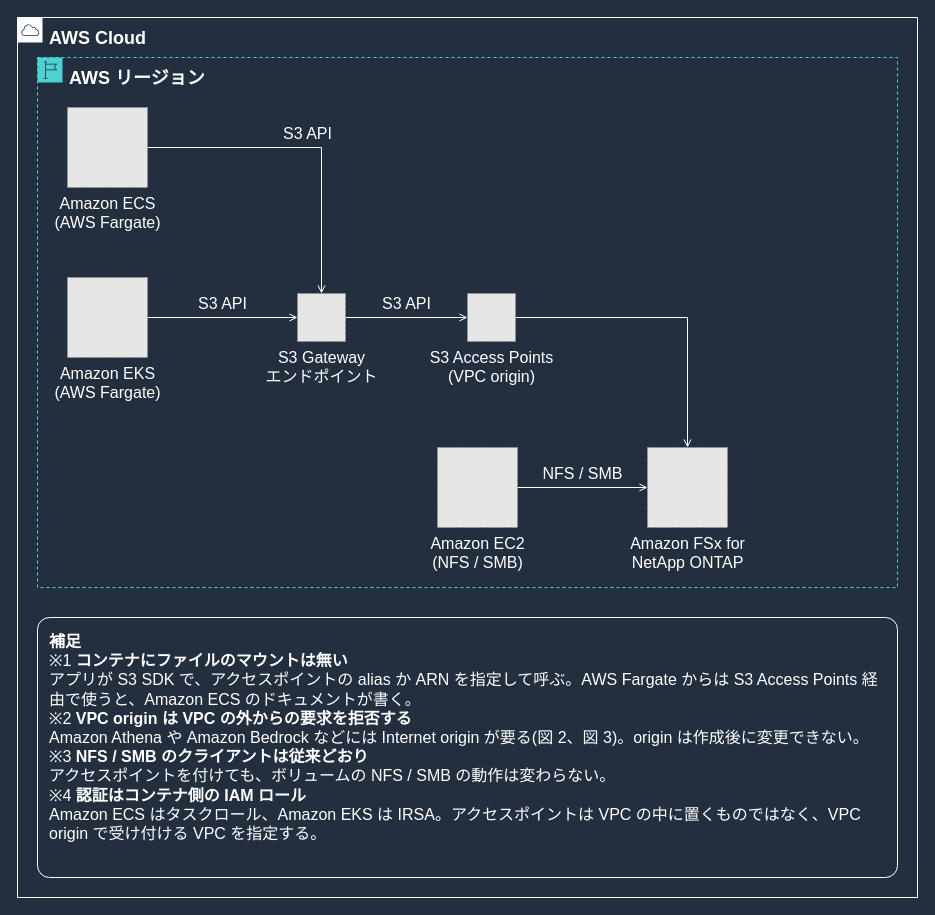
Yoshiki0705/FSx-for-ONTAP-Container-Datastore-Patterns keeps this draw.io diagram as docs/_assets/diagrams/s3ap-container-overview-dark.drawio. Above is the earlier version. Source tidied: cells renumbered, new cells numbered last; positions are measured from the earlier drawing's top-left corner, leaving out a move shared by most shapes. Both pictures are drawn from the tidied source at 100%, with x=0, y=0 at pixel (17, 17). Pictures stored in the file or linked from it are replaced by grey dashed boxes.
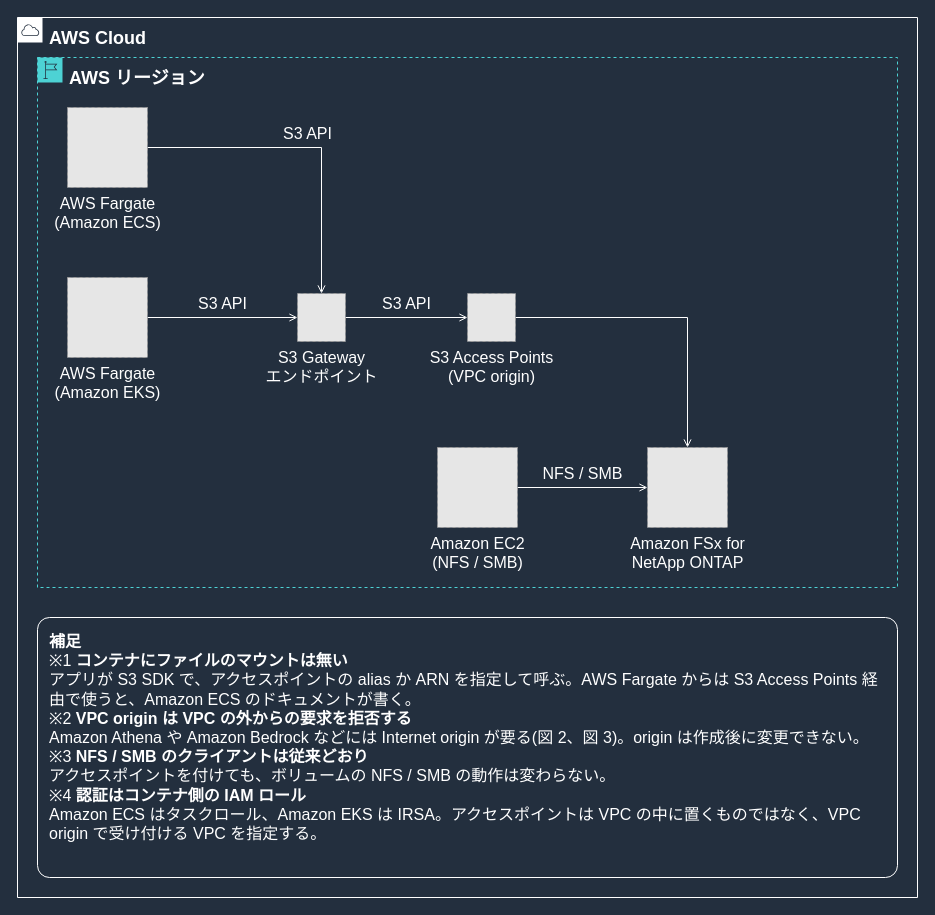
After the change.

Change to the diagram source:
```diff
@@
 <mxGraphModel background="#232F3E">
   <root>
     <mxCell id="0" />
     <mxCell id="1" parent="0" />
     <mxCell id="2" value="S3 API" style="edgeStyle=orthogonalEdgeStyle;rounded=0;html=1;endArrow=open;endFill=0;strokeColor=#FFFFFF;strokeWidth=1;fontSize=16;fontColor=#FFFFFF;labelBackgroundColor=#232F3E;exitX=1.0;exitY=0.5;exitDx=0;exitDy=0;entryX=0.5;entryY=0.0;entryDx=0;entryDy=0;" parent="1" edge="1" source="10" target="12">
       <mxGeometry relative="1" as="geometry">
         <mxPoint y="-14" as="offset" />
       </mxGeometry>
     </mxCell>
     <mxCell id="3" value="S3 API" style="edgeStyle=orthogonalEdgeStyle;rounded=0;html=1;endArrow=open;endFill=0;strokeColor=#FFFFFF;strokeWidth=1;fontSize=16;fontColor=#FFFFFF;labelBackgroundColor=#232F3E;exitX=1.0;exitY=0.5;exitDx=0;exitDy=0;entryX=0.0;entryY=0.5;entryDx=0;entryDy=0;" parent="1" edge="1" source="11" target="12">
       <mxGeometry relative="1" as="geometry">
         <mxPoint y="-14" as="offset" />
       </mxGeometry>
     </mxCell>
     <mxCell id="4" value="S3 API" style="edgeStyle=orthogonalEdgeStyle;rounded=0;html=1;endArrow=open;endFill=0;strokeColor=#FFFFFF;strokeWidth=1;fontSize=16;fontColor=#FFFFFF;labelBackgroundColor=#232F3E;exitX=1.0;exitY=0.5;exitDx=0;exitDy=0;entryX=0.0;entryY=0.5;entryDx=0;entryDy=0;" parent="1" edge="1" source="12" target="13">
       <mxGeometry relative="1" as="geometry">
         <mxPoint y="-14" as="offset" />
       </mxGeometry>
     </mxCell>
     <mxCell id="5" style="edgeStyle=orthogonalEdgeStyle;rounded=0;html=1;endArrow=open;endFill=0;strokeColor=#FFFFFF;strokeWidth=1;fontSize=16;fontColor=#FFFFFF;labelBackgroundColor=#232F3E;exitX=1.0;exitY=0.5;exitDx=0;exitDy=0;entryX=0.5;entryY=0.0;entryDx=0;entryDy=0;" parent="1" edge="1" source="13" target="14">
       <mxGeometry relative="1" as="geometry" />
     </mxCell>
     <mxCell id="6" value="NFS / SMB" style="edgeStyle=orthogonalEdgeStyle;rounded=0;html=1;endArrow=open;endFill=0;strokeColor=#FFFFFF;strokeWidth=1;fontSize=16;fontColor=#FFFFFF;labelBackgroundColor=#232F3E;exitX=1.0;exitY=0.5;exitDx=0;exitDy=0;entryX=0.0;entryY=0.5;entryDx=0;entryDy=0;" parent="1" edge="1" source="15" target="14">
       <mxGeometry relative="1" as="geometry">
         <mxPoint y="-14" as="offset" />
       </mxGeometry>
     </mxCell>
     <mxCell id="7" value="AWS Cloud" style="gradientColor=none;html=1;whiteSpace=wrap;fontSize=18;fontStyle=1;fontColor=#FFFFFF;shape=mxgraph.aws4.group;grIcon=mxgraph.aws4.group_aws_cloud;strokeColor=#FFFFFF;fillColor=none;verticalAlign=top;align=left;spacingLeft=30;spacingTop=4;dashed=0;labelBackgroundColor=#232F3E;" parent="1" vertex="1">
       <mxGeometry width="900" height="880" as="geometry" />
     </mxCell>
     <mxCell id="8" value="AWS リージョン" style="gradientColor=none;html=1;whiteSpace=wrap;fontSize=18;fontStyle=1;fontColor=#FFFFFF;shape=mxgraph.aws4.group;grIcon=mxgraph.aws4.group_region;strokeColor=#4DD2D4;fillColor=none;verticalAlign=top;align=left;spacingLeft=30;spacingTop=4;dashed=1;labelBackgroundColor=#232F3E;" parent="1" vertex="1">
       <mxGeometry x="20" y="40" width="860" height="530" as="geometry" />
     </mxCell>
     <mxCell id="9" value="&lt;b&gt;補足&lt;/b&gt;&lt;br&gt;※1 &lt;b&gt;コンテナにファイルのマウントは無い&lt;/b&gt;&lt;br&gt;アプリが S3 SDK で、アクセスポイントの alias か ARN を指定して呼ぶ。AWS Fargate からは S3 Access Points 経由で使うと、Amazon ECS のドキュメントが書く。&lt;br&gt;※2 &lt;b&gt;VPC origin は VPC の外からの要求を拒否する&lt;/b&gt;&lt;br&gt;Amazon Athena や Amazon Bedrock などには Internet origin が要る(図 2、図 3)。origin は作成後に変更できない。&lt;br&gt;※3 &lt;b&gt;NFS / SMB のクライアントは従来どおり&lt;/b&gt;&lt;br&gt;アクセスポイントを付けても、ボリュームの NFS / SMB の動作は変わらない。&lt;br&gt;※4 &lt;b&gt;認証はコンテナ側の IAM ロール&lt;/b&gt;&lt;br&gt;Amazon ECS はタスクロール、Amazon EKS は IRSA。アクセスポイントは VPC の中に置くものではなく、VPC origin で受け付ける VPC を指定する。" style="rounded=1;absoluteArcSize=1;arcSize=24;whiteSpace=wrap;html=1;strokeColor=#FFFFFF;fillColor=none;fontColor=#FFFFFF;fontSize=16;verticalAlign=top;align=left;spacingLeft=10;spacingRight=10;spacingTop=8;" parent="1" vertex="1">
       <mxGeometry x="20" y="600" width="860" height="260" as="geometry" />
     </mxCell>
-    <mxCell id="10" value="Amazon ECS&lt;br&gt;(AWS Fargate)" style="fillColor=#E6E6E6;strokeColor=#999999;dashed=1;html=1;verticalLabelPosition=bottom;verticalAlign=top;labelPosition=center;align=center;fontSize=16;fontColor=#FFFFFF;" parent="1" vertex="1">
+    <mxCell id="10" value="AWS Fargate&lt;br&gt;(Amazon ECS)" style="fillColor=#E6E6E6;strokeColor=#999999;dashed=1;html=1;verticalLabelPosition=bottom;verticalAlign=top;labelPosition=center;align=center;fontSize=16;fontColor=#FFFFFF;" parent="1" vertex="1">
       <mxGeometry x="50" y="90" width="80" height="80" as="geometry" />
     </mxCell>
-    <mxCell id="11" value="Amazon EKS&lt;br&gt;(AWS Fargate)" style="fillColor=#E6E6E6;strokeColor=#999999;dashed=1;html=1;verticalLabelPosition=bottom;verticalAlign=top;labelPosition=center;align=center;fontSize=16;fontColor=#FFFFFF;" parent="1" vertex="1">
+    <mxCell id="11" value="AWS Fargate&lt;br&gt;(Amazon EKS)" style="fillColor=#E6E6E6;strokeColor=#999999;dashed=1;html=1;verticalLabelPosition=bottom;verticalAlign=top;labelPosition=center;align=center;fontSize=16;fontColor=#FFFFFF;" parent="1" vertex="1">
       <mxGeometry x="50" y="260" width="80" height="80" as="geometry" />
     </mxCell>
     <mxCell id="12" value="S3 Gateway&lt;br&gt;エンドポイント" style="fillColor=#E6E6E6;strokeColor=#999999;dashed=1;html=1;verticalLabelPosition=bottom;verticalAlign=top;labelPosition=center;align=center;fontSize=16;fontColor=#FFFFFF;" parent="1" vertex="1">
       <mxGeometry x="280" y="276" width="48" height="48" as="geometry" />
     </mxCell>
     <mxCell id="13" value="S3 Access Points&lt;br&gt;(VPC origin)" style="fillColor=#E6E6E6;strokeColor=#999999;dashed=1;html=1;verticalLabelPosition=bottom;verticalAlign=top;labelPosition=center;align=center;fontSize=16;fontColor=#FFFFFF;" parent="1" vertex="1">
       <mxGeometry x="450" y="276" width="48" height="48" as="geometry" />
     </mxCell>
     <mxCell id="14" value="Amazon FSx for&lt;br&gt;NetApp ONTAP" style="fillColor=#E6E6E6;strokeColor=#999999;dashed=1;html=1;verticalLabelPosition=bottom;verticalAlign=top;labelPosition=center;align=center;fontSize=16;fontColor=#FFFFFF;" parent="1" vertex="1">
       <mxGeometry x="630" y="430" width="80" height="80" as="geometry" />
     </mxCell>
     <mxCell id="15" value="Amazon EC2&lt;br&gt;(NFS / SMB)" style="fillColor=#E6E6E6;strokeColor=#999999;dashed=1;html=1;verticalLabelPosition=bottom;verticalAlign=top;labelPosition=center;align=center;fontSize=16;fontColor=#FFFFFF;" parent="1" vertex="1">
       <mxGeometry x="420" y="430" width="80" height="80" as="geometry" />
     </mxCell>
   </root>
 </mxGraphModel>
```
